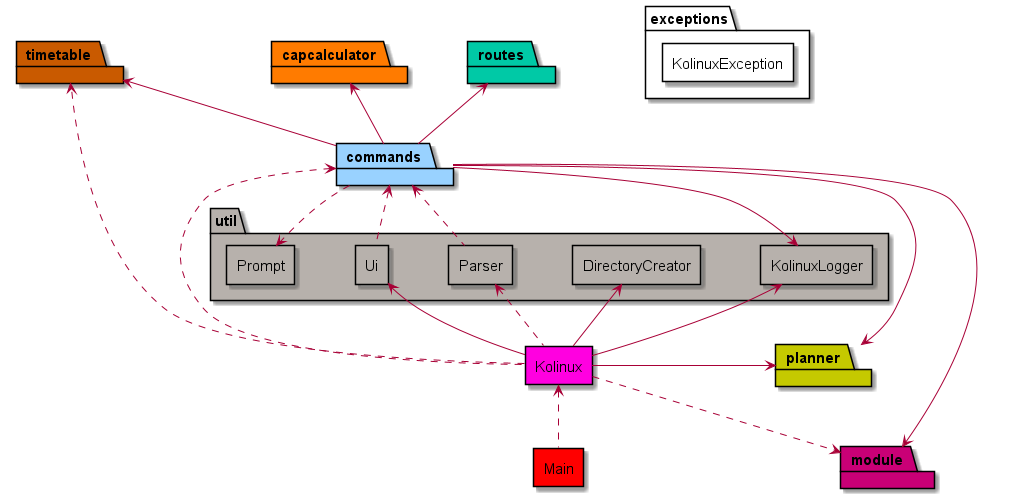
shyamgj1900/tp keeps this PlantUML diagram as docs/assets/images/ArchitectureDiagram.png. Above is the earlier version.
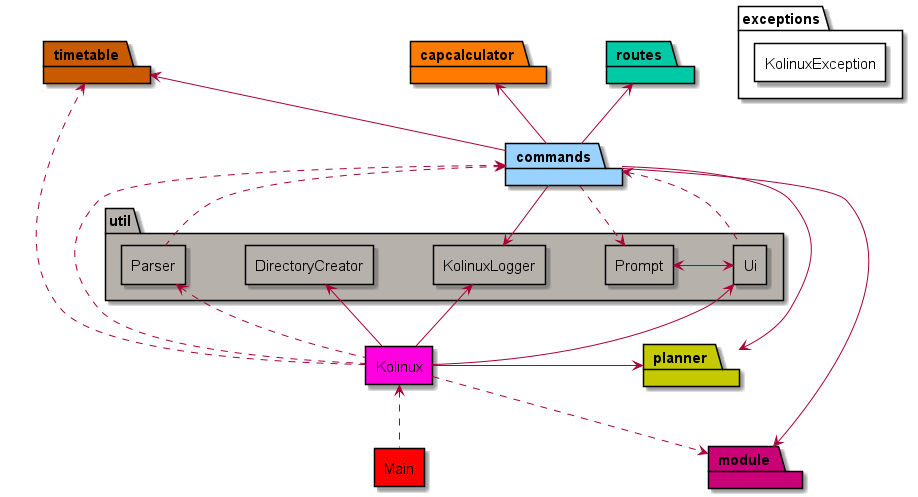
Later version of the same file.

The edit, as a diff of the source:
```diff
@@ -45,6 +45,7 @@
 Kolinux .down.> timetable
 Kolinux .up.> commands
 Parser .up.> commands
+Prompt <-right-> Ui
 Ui .up.> commands
 commands .down.> Prompt
 commands -down-> KolinuxLogger
```
